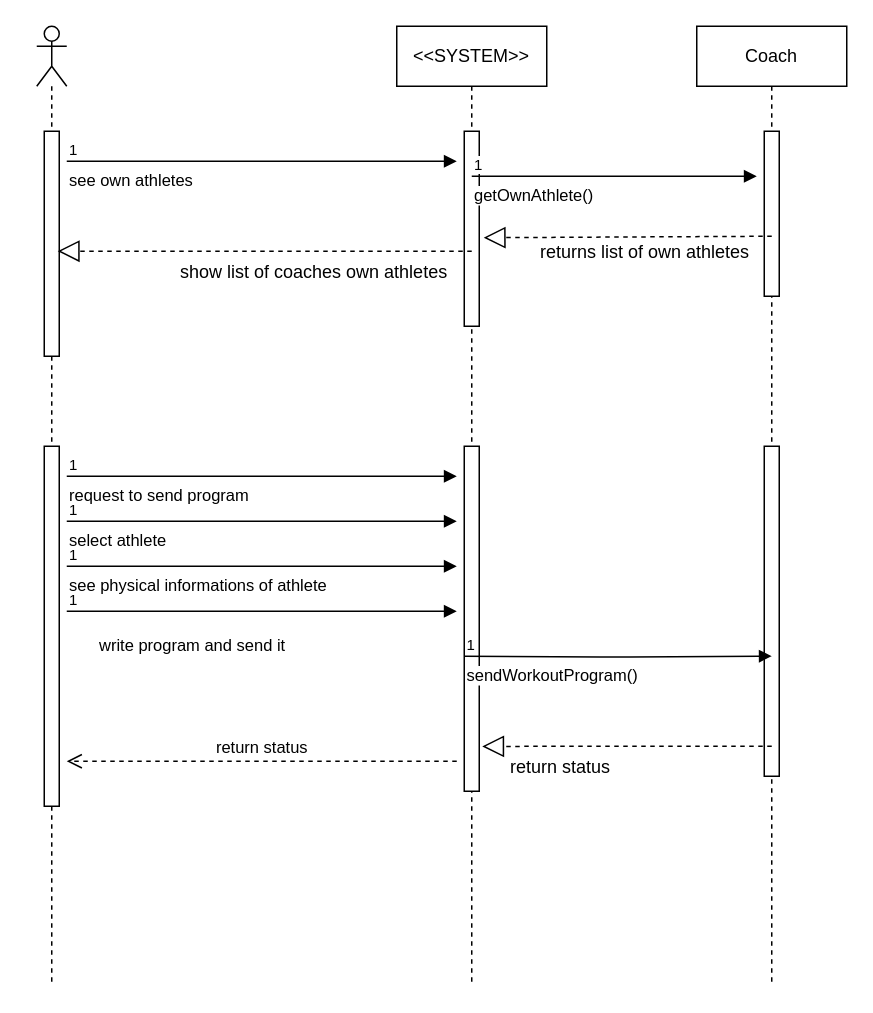
Above: Behavioral Modeling/Sequence Diagram/RequestForProgram_Coach Sequence diagram.drawio in mmohajer9/sama-online-coaching-system (draw.io), before the change. Source tidied: cells renumbered, new cells numbered last; positions are measured from the earlier drawing's top-left corner, leaving out a move shared by most shapes. Both pictures are drawn from the tidied source at 150%, with x=0, y=0 at pixel (36, 26).
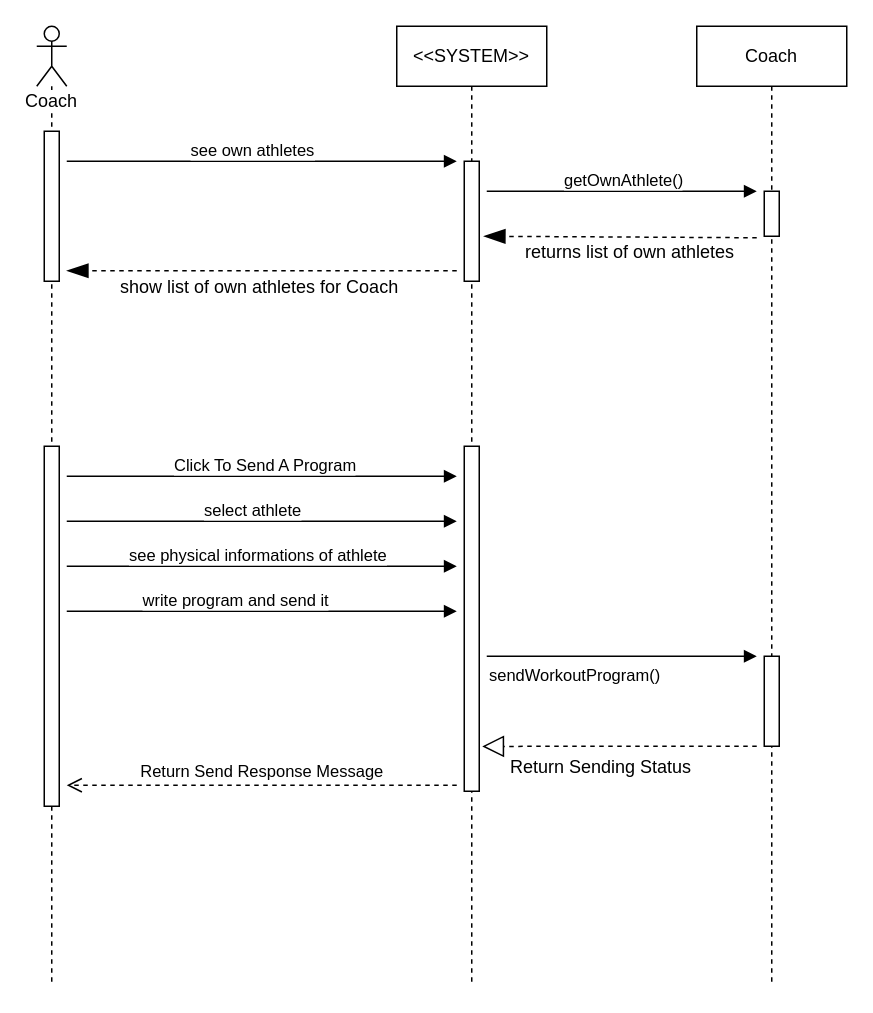
The same diagram, later.

The change refers to these unchanged cells:
```xml
<mxCell id="5" value="&amp;lt;&amp;lt;SYSTEM&amp;gt;&amp;gt;" style="shape=umlLifeline;perimeter=lifelinePerimeter;whiteSpace=wrap;html=1;" parent="1" vertex="1">
  <mxGeometry x="240" width="100" height="640" as="geometry" />
</mxCell>
<mxCell id="7" style="html=1;points=[];perimeter=orthogonalPerimeter;" parent="5" vertex="1">
  <mxGeometry x="45" y="280" width="10" height="230" as="geometry" />
</mxCell>
<mxCell id="8" value="Coach" style="shape=umlLifeline;perimeter=lifelinePerimeter;whiteSpace=wrap;html=1;" parent="1" vertex="1">
  <mxGeometry x="440" width="100" height="640" as="geometry" />
</mxCell>
```

Change to the diagram source:
```diff
@@
-    <mxCell id="2" style="shape=umlLifeline;participant=umlActor;perimeter=lifelinePerimeter;whiteSpace=wrap;html=1;verticalAlign=top;spacingTop=36;labelBackgroundColor=#ffffff;" parent="1" vertex="1">
+    <mxCell id="2" value="Coach" style="shape=umlLifeline;participant=umlActor;perimeter=lifelinePerimeter;whiteSpace=wrap;html=1;verticalAlign=top;spacingTop=36;labelBackgroundColor=#ffffff;" parent="1" vertex="1">
       <mxGeometry width="20" height="640" as="geometry" />
     </mxCell>
     <mxCell id="3" style="html=1;points=[];perimeter=orthogonalPerimeter;" parent="2" vertex="1">
-      <mxGeometry x="5" y="70" width="10" height="150" as="geometry" />
+      <mxGeometry x="5" y="70" width="10" height="100" as="geometry" />
     </mxCell>
@@
     <mxCell id="6" style="html=1;points=[];perimeter=orthogonalPerimeter;" parent="5" vertex="1">
-      <mxGeometry x="45" y="70" width="10" height="130" as="geometry" />
+      <mxGeometry x="45" y="90" width="10" height="80" as="geometry" />
     </mxCell>
@@
     <mxCell id="9" style="html=1;perimeter=orthogonalPerimeter;" parent="8" vertex="1">
-      <mxGeometry x="45" y="70" width="10" height="110" as="geometry" />
+      <mxGeometry x="45" y="110" width="10" height="30" as="geometry" />
     </mxCell>
     <mxCell id="10" style="html=1;points=[];perimeter=orthogonalPerimeter;" parent="8" vertex="1">
-      <mxGeometry x="45" y="280" width="10" height="220" as="geometry" />
+      <mxGeometry x="45" y="420" width="10" height="60" as="geometry" />
     </mxCell>
     <mxCell id="11" value="see own athletes" style="endArrow=block;endFill=1;html=1;edgeStyle=orthogonalEdgeStyle;align=left;verticalAlign=top;" parent="1" edge="1">
-      <mxGeometry x="-1" relative="1" as="geometry">
+      <mxGeometry x="-0.38" y="20" relative="1" as="geometry">
         <mxPoint x="20" y="90" as="sourcePoint" />
         <mxPoint x="280" y="90" as="targetPoint" />
       </mxGeometry>
     </mxCell>
-    <mxCell id="12" value="1" style="html=1;align=left;verticalAlign=bottom;labelBackgroundColor=#ffffff;fontSize=10;" parent="11" vertex="1">
-      <mxGeometry x="-1" relative="1" as="geometry" />
-    </mxCell>
     <mxCell id="13" value="getOwnAthlete()" style="endArrow=block;endFill=1;html=1;edgeStyle=orthogonalEdgeStyle;align=left;verticalAlign=top;" parent="1" edge="1">
-      <mxGeometry x="-1" relative="1" as="geometry">
-        <mxPoint x="290" y="100" as="sourcePoint" />
-        <mxPoint x="480" y="100" as="targetPoint" />
+      <mxGeometry x="-0.44" y="20" relative="1" as="geometry">
+        <mxPoint x="300" y="110" as="sourcePoint" />
+        <mxPoint x="480" y="110" as="targetPoint" />
       </mxGeometry>
     </mxCell>
-    <mxCell id="14" value="1" style="html=1;align=left;verticalAlign=bottom;labelBackgroundColor=#ffffff;fontSize=10;" parent="13" vertex="1">
-      <mxGeometry x="-1" relative="1" as="geometry" />
-    </mxCell>
-    <mxCell id="15" style="endArrow=block;dashed=1;endFill=0;endSize=12;html=1;entryX=1.3;entryY=0.546;entryDx=0;entryDy=0;entryPerimeter=0;" parent="1" edge="1" target="6">
+    <mxCell id="15" style="endArrow=blockThin;dashed=1;endFill=1;endSize=12;html=1;" parent="1" edge="1">
       <mxGeometry relative="1" as="geometry">
-        <mxPoint x="490" y="140" as="sourcePoint" />
+        <mxPoint x="480" y="141" as="sourcePoint" />
+        <mxPoint x="298" y="140" as="targetPoint" />
       </mxGeometry>
     </mxCell>
     <mxCell id="16" value="returns list of own athletes" style="text;strokeColor=none;fillColor=none;align=left;verticalAlign=top;spacingLeft=4;spacingRight=4;overflow=hidden;" parent="1" vertex="1">
-      <mxGeometry x="330" y="137" width="160" height="26" as="geometry" />
+      <mxGeometry x="320" y="137" width="150" height="26" as="geometry" />
     </mxCell>
-    <mxCell id="17" style="endArrow=block;dashed=1;endFill=0;endSize=12;html=1;entryX=0.9;entryY=0.533;entryDx=0;entryDy=0;entryPerimeter=0;" parent="1" edge="1" target="3">
+    <mxCell id="17" style="endArrow=blockThin;dashed=1;endFill=1;endSize=12;html=1;" parent="1" edge="1">
       <mxGeometry relative="1" as="geometry">
-        <mxPoint x="290" y="150" as="sourcePoint" />
+        <mxPoint x="280" y="163" as="sourcePoint" />
+        <mxPoint x="20" y="163" as="targetPoint" />
       </mxGeometry>
     </mxCell>
-    <mxCell id="18" value="show list of coaches own athletes" style="text;strokeColor=none;fillColor=none;align=left;verticalAlign=top;spacingLeft=4;spacingRight=4;overflow=hidden;" parent="1" vertex="1">
-      <mxGeometry x="90" y="150" width="200" height="26" as="geometry" />
+    <mxCell id="18" value="show list of own athletes for Coach" style="text;strokeColor=none;fillColor=none;align=left;verticalAlign=top;spacingLeft=4;spacingRight=4;overflow=hidden;" parent="1" vertex="1">
+      <mxGeometry x="50" y="160" width="200" height="26" as="geometry" />
     </mxCell>
-    <mxCell id="19" value="request to send program&amp;nbsp;" style="endArrow=block;endFill=1;html=1;edgeStyle=orthogonalEdgeStyle;align=left;verticalAlign=top;" parent="1" edge="1">
-      <mxGeometry x="-1" relative="1" as="geometry">
+    <mxCell id="19" value="Click To Send A Program" style="endArrow=block;endFill=1;html=1;edgeStyle=orthogonalEdgeStyle;align=left;verticalAlign=top;" parent="1" edge="1">
+      <mxGeometry x="-0.46" y="20" relative="1" as="geometry">
         <mxPoint x="20" y="300" as="sourcePoint" />
         <mxPoint x="280" y="300" as="targetPoint" />
       </mxGeometry>
     </mxCell>
-    <mxCell id="20" value="1" style="html=1;align=left;verticalAlign=bottom;labelBackgroundColor=#ffffff;fontSize=10;" parent="19" vertex="1">
-      <mxGeometry x="-1" relative="1" as="geometry" />
-    </mxCell>
     <mxCell id="21" value="select athlete" style="endArrow=block;endFill=1;html=1;edgeStyle=orthogonalEdgeStyle;align=left;verticalAlign=top;" parent="1" edge="1">
-      <mxGeometry x="-1" relative="1" as="geometry">
+      <mxGeometry x="-0.31" y="20" relative="1" as="geometry">
         <mxPoint x="20" y="330" as="sourcePoint" />
         <mxPoint x="280" y="330" as="targetPoint" />
       </mxGeometry>
     </mxCell>
-    <mxCell id="22" value="1" style="html=1;align=left;verticalAlign=bottom;labelBackgroundColor=#ffffff;fontSize=10;" parent="21" vertex="1">
-      <mxGeometry x="-1" relative="1" as="geometry" />
-    </mxCell>
     <mxCell id="23" value="see physical informations of athlete" style="endArrow=block;endFill=1;html=1;edgeStyle=orthogonalEdgeStyle;align=left;verticalAlign=top;" parent="1" edge="1">
-      <mxGeometry x="-1" relative="1" as="geometry">
+      <mxGeometry x="-0.69" y="20" relative="1" as="geometry">
         <mxPoint x="20" y="360" as="sourcePoint" />
         <mxPoint x="280" y="360" as="targetPoint" />
       </mxGeometry>
     </mxCell>
-    <mxCell id="24" value="1" style="html=1;align=left;verticalAlign=bottom;labelBackgroundColor=#ffffff;fontSize=10;" parent="23" vertex="1">
-      <mxGeometry x="-1" relative="1" as="geometry" />
-    </mxCell>
     <mxCell id="25" value="write program and send it" style="endArrow=block;endFill=1;html=1;edgeStyle=orthogonalEdgeStyle;align=left;verticalAlign=top;" parent="1" edge="1">
-      <mxGeometry x="-0.85" y="-10" relative="1" as="geometry">
+      <mxGeometry x="-0.62" y="20" relative="1" as="geometry">
         <mxPoint x="20" y="390" as="sourcePoint" />
         <mxPoint x="280" y="390" as="targetPoint" />
       </mxGeometry>
     </mxCell>
-    <mxCell id="26" value="1" style="html=1;align=left;verticalAlign=bottom;labelBackgroundColor=#ffffff;fontSize=10;" parent="25" vertex="1">
-      <mxGeometry x="-1" relative="1" as="geometry" />
-    </mxCell>
-    <mxCell id="27" value="sendWorkoutProgram()" style="endArrow=block;endFill=1;html=1;edgeStyle=orthogonalEdgeStyle;align=left;verticalAlign=top;entryX=0.5;entryY=0.636;entryDx=0;entryDy=0;entryPerimeter=0;" parent="1" edge="1" target="10">
+    <mxCell id="27" value="sendWorkoutProgram()" style="endArrow=block;endFill=1;html=1;edgeStyle=orthogonalEdgeStyle;align=left;verticalAlign=top;" parent="1" edge="1">
       <mxGeometry x="-1" relative="1" as="geometry">
-        <mxPoint x="285" y="420" as="sourcePoint" />
+        <mxPoint x="300" y="420" as="sourcePoint" />
+        <mxPoint x="480" y="420" as="targetPoint" />
       </mxGeometry>
     </mxCell>
-    <mxCell id="28" value="1" style="html=1;align=left;verticalAlign=bottom;labelBackgroundColor=#ffffff;fontSize=10;" parent="27" vertex="1">
-      <mxGeometry x="-1" relative="1" as="geometry" />
-    </mxCell>
     <mxCell id="29" style="endArrow=block;dashed=1;endFill=0;endSize=12;html=1;entryX=1.2;entryY=0.87;entryDx=0;entryDy=0;entryPerimeter=0;" parent="1" edge="1" target="7">
       <mxGeometry relative="1" as="geometry">
-        <mxPoint x="490" y="480" as="sourcePoint" />
+        <mxPoint x="480" y="480" as="sourcePoint" />
       </mxGeometry>
     </mxCell>
-    <mxCell id="30" value="return status" style="text;strokeColor=none;fillColor=none;align=left;verticalAlign=top;spacingLeft=4;spacingRight=4;overflow=hidden;" parent="1" vertex="1">
-      <mxGeometry x="310" y="480" width="100" height="26" as="geometry" />
+    <mxCell id="30" value="Return Sending Status" style="text;strokeColor=none;fillColor=none;align=left;verticalAlign=top;spacingLeft=4;spacingRight=4;overflow=hidden;" parent="1" vertex="1">
+      <mxGeometry x="310" y="480" width="140" height="26" as="geometry" />
     </mxCell>
-    <mxCell id="31" value="return status" style="html=1;verticalAlign=bottom;endArrow=open;dashed=1;endSize=8;" parent="1" edge="1">
+    <mxCell id="31" value="Return Send Response Message" style="html=1;verticalAlign=bottom;endArrow=open;dashed=1;endSize=8;" parent="1" edge="1">
       <mxGeometry relative="1" as="geometry">
-        <mxPoint x="280" y="490" as="sourcePoint" />
-        <mxPoint x="20" y="490" as="targetPoint" />
+        <mxPoint x="280" y="506" as="sourcePoint" />
+        <mxPoint x="20" y="506" as="targetPoint" />
       </mxGeometry>
     </mxCell>
```
